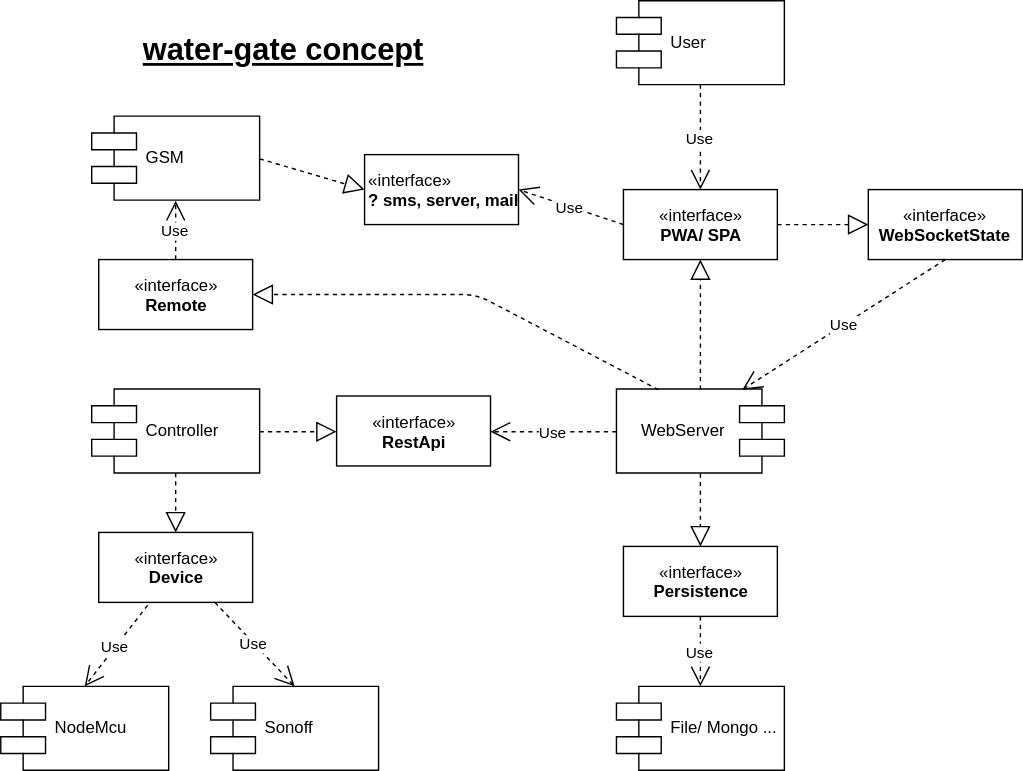
Estradiaz/water-gate keeps this draw.io diagram as concept.svg. Above is the earlier version. Source tidied: cells renumbered, new cells last; positions are measured from the earlier drawing's top-left corner, leaving out a move shared by most shapes. Its diagram source:
```xml
<mxGraphModel>
  <root>
    <mxCell id="0" />
    <mxCell id="1" parent="0" />
    <mxCell id="2" value="GSM" style="shape=component;align=left;spacingLeft=36;" parent="1" vertex="1">
      <mxGeometry x="65" y="82.5" width="120" height="60" as="geometry" />
    </mxCell>
    <mxCell id="3" value="Controller" style="shape=component;align=left;spacingLeft=36;" parent="1" vertex="1">
      <mxGeometry x="65" y="277.5" width="120" height="60" as="geometry" />
    </mxCell>
    <mxCell id="4" value="NodeMcu" style="shape=component;align=left;spacingLeft=36;" parent="1" vertex="1">
      <mxGeometry y="490" width="120" height="60" as="geometry" />
    </mxCell>
    <mxCell id="5" value="«interface»&lt;br&gt;&lt;b&gt;Device&lt;/b&gt;" style="html=1;" parent="1" vertex="1">
      <mxGeometry x="70" y="380" width="110" height="50" as="geometry" />
    </mxCell>
    <mxCell id="6" value="«interface»&lt;br&gt;&lt;b&gt;Remote&lt;/b&gt;&lt;br&gt;" style="html=1;" parent="1" vertex="1">
      <mxGeometry x="70" y="185" width="110" height="50" as="geometry" />
    </mxCell>
    <mxCell id="7" value="Sonoff" style="shape=component;align=left;spacingLeft=36;" parent="1" vertex="1">
      <mxGeometry x="150" y="490" width="120" height="60" as="geometry" />
    </mxCell>
    <mxCell id="8" value="«interface»&lt;br&gt;&lt;b&gt;RestApi&lt;/b&gt;" style="html=1;" parent="1" vertex="1">
      <mxGeometry x="240" y="282.5" width="110" height="50" as="geometry" />
    </mxCell>
    <mxCell id="9" value="WebServer" style="shape=component;align=left;spacingLeft=15;direction=west;" parent="1" vertex="1">
      <mxGeometry x="440" y="277.5" width="120" height="60" as="geometry" />
    </mxCell>
    <mxCell id="10" value="«interface»&lt;br&gt;&lt;b&gt;PWA/ SPA&lt;/b&gt;" style="html=1;" parent="1" vertex="1">
      <mxGeometry x="445" y="135" width="110" height="50" as="geometry" />
    </mxCell>
    <mxCell id="11" value="User" style="shape=component;align=left;spacingLeft=36;" parent="1" vertex="1">
      <mxGeometry x="440" width="120" height="60" as="geometry" />
    </mxCell>
    <mxCell id="12" value="«interface»&lt;br&gt;&lt;b&gt;WebSocketState&lt;/b&gt;&lt;br&gt;" style="html=1;" parent="1" vertex="1">
      <mxGeometry x="620" y="135" width="110" height="50" as="geometry" />
    </mxCell>
    <mxCell id="13" value="«interface»&lt;br&gt;&lt;b&gt;Persistence&lt;/b&gt;" style="html=1;" parent="1" vertex="1">
      <mxGeometry x="445" y="390" width="110" height="50" as="geometry" />
    </mxCell>
    <mxCell id="14" value="File/ Mongo ..." style="shape=component;align=left;spacingLeft=36;" parent="1" vertex="1">
      <mxGeometry x="440" y="490" width="120" height="60" as="geometry" />
    </mxCell>
    <mxCell id="15" style="endArrow=block;dashed=1;endFill=0;endSize=12;html=1;entryX=0.5;entryY=0;entryDx=0;entryDy=0;" parent="1" edge="1" source="3" target="5">
      <mxGeometry relative="1" as="geometry" />
    </mxCell>
    <mxCell id="16" style="endArrow=block;dashed=1;endFill=0;endSize=12;html=1;exitX=0.75;exitY=1;exitDx=0;exitDy=0;entryX=1;entryY=0.5;entryDx=0;entryDy=0;" parent="1" edge="1" source="9" target="6">
      <mxGeometry relative="1" as="geometry">
        <Array as="points">
          <mxPoint x="340" y="210" />
        </Array>
      </mxGeometry>
    </mxCell>
    <mxCell id="17" value="Use" style="endArrow=open;endSize=12;dashed=1;html=1;exitX=0.318;exitY=1.04;exitDx=0;exitDy=0;exitPerimeter=0;entryX=0.5;entryY=0;entryDx=0;entryDy=0;" parent="1" edge="1" source="5" target="4">
      <mxGeometry relative="1" as="geometry" />
    </mxCell>
    <mxCell id="18" value="Use" style="endArrow=open;endSize=12;dashed=1;html=1;exitX=0.75;exitY=1;exitDx=0;exitDy=0;entryX=0.5;entryY=0;entryDx=0;entryDy=0;" parent="1" edge="1" source="5" target="7">
      <mxGeometry relative="1" as="geometry" />
    </mxCell>
    <mxCell id="19" value="Use" style="endArrow=open;endSize=12;dashed=1;html=1;exitX=0.5;exitY=0;exitDx=0;exitDy=0;entryX=0.5;entryY=1;entryDx=0;entryDy=0;" parent="1" edge="1" source="6" target="2">
      <mxGeometry relative="1" as="geometry" />
    </mxCell>
    <mxCell id="20" style="endArrow=block;dashed=1;endFill=0;endSize=12;html=1;exitX=1;exitY=0.5;exitDx=0;exitDy=0;entryX=0;entryY=0.5;entryDx=0;entryDy=0;" parent="1" edge="1" source="3" target="8">
      <mxGeometry relative="1" as="geometry" />
    </mxCell>
    <mxCell id="21" value="Use" style="endArrow=open;endSize=12;dashed=1;html=1;exitX=1;exitY=0.5;exitDx=0;exitDy=0;entryX=1;entryY=0.5;entryDx=0;entryDy=0;" parent="1" edge="1" source="9" target="8">
      <mxGeometry relative="1" as="geometry" />
    </mxCell>
    <mxCell id="22" value="Use" style="endArrow=open;endSize=12;dashed=1;html=1;exitX=0.5;exitY=1;exitDx=0;exitDy=0;entryX=0.5;entryY=0;entryDx=0;entryDy=0;" parent="1" edge="1" source="13" target="14">
      <mxGeometry relative="1" as="geometry" />
    </mxCell>
    <mxCell id="23" style="endArrow=block;dashed=1;endFill=0;endSize=12;html=1;exitX=0.5;exitY=0;exitDx=0;exitDy=0;entryX=0.5;entryY=0;entryDx=0;entryDy=0;" parent="1" edge="1" source="9" target="13">
      <mxGeometry relative="1" as="geometry" />
    </mxCell>
    <mxCell id="24" style="endArrow=block;dashed=1;endFill=0;endSize=12;html=1;exitX=0.5;exitY=1;exitDx=0;exitDy=0;entryX=0.5;entryY=1;entryDx=0;entryDy=0;" parent="1" edge="1" source="9" target="10">
      <mxGeometry relative="1" as="geometry" />
    </mxCell>
    <mxCell id="25" value="Use" style="endArrow=open;endSize=12;dashed=1;html=1;exitX=0.5;exitY=1;exitDx=0;exitDy=0;entryX=0.5;entryY=0;entryDx=0;entryDy=0;" parent="1" edge="1" source="11" target="10">
      <mxGeometry relative="1" as="geometry" />
    </mxCell>
    <mxCell id="26" style="endArrow=block;dashed=1;endFill=0;endSize=12;html=1;exitX=1;exitY=0.5;exitDx=0;exitDy=0;entryX=0;entryY=0.5;entryDx=0;entryDy=0;" parent="1" edge="1" source="10" target="12">
      <mxGeometry relative="1" as="geometry" />
    </mxCell>
    <mxCell id="27" value="Use" style="endArrow=open;endSize=12;dashed=1;html=1;exitX=0.5;exitY=1;exitDx=0;exitDy=0;entryX=0.25;entryY=1;entryDx=0;entryDy=0;" parent="1" edge="1" source="12" target="9">
      <mxGeometry relative="1" as="geometry" />
    </mxCell>
    <mxCell id="28" value="«interface»&lt;br&gt;&lt;b&gt;? sms, server, mail&lt;/b&gt;" style="html=1;align=left;" parent="1" vertex="1">
      <mxGeometry x="260" y="110" width="110" height="50" as="geometry" />
    </mxCell>
    <mxCell id="29" style="endArrow=block;dashed=1;endFill=0;endSize=12;html=1;exitX=1;exitY=0.5;exitDx=0;exitDy=0;entryX=0;entryY=0.5;entryDx=0;entryDy=0;" parent="1" edge="1" source="2" target="28">
      <mxGeometry relative="1" as="geometry" />
    </mxCell>
    <mxCell id="30" value="Use" style="endArrow=open;endSize=12;dashed=1;html=1;exitX=0;exitY=0.5;exitDx=0;exitDy=0;entryX=1;entryY=0.5;entryDx=0;entryDy=0;" parent="1" edge="1" source="10" target="28">
      <mxGeometry relative="1" as="geometry" />
    </mxCell>
    <mxCell id="31" value="&lt;font style=&quot;font-size: 22px&quot;&gt;&lt;b&gt;&lt;u&gt;water-gate concept&lt;/u&gt;&lt;/b&gt;&lt;/font&gt;" style="text;html=1;align=left;verticalAlign=top;spacingTop=-4;" parent="1" vertex="1">
      <mxGeometry x="100" y="20" width="220" height="20" as="geometry" />
    </mxCell>
  </root>
</mxGraphModel>
```
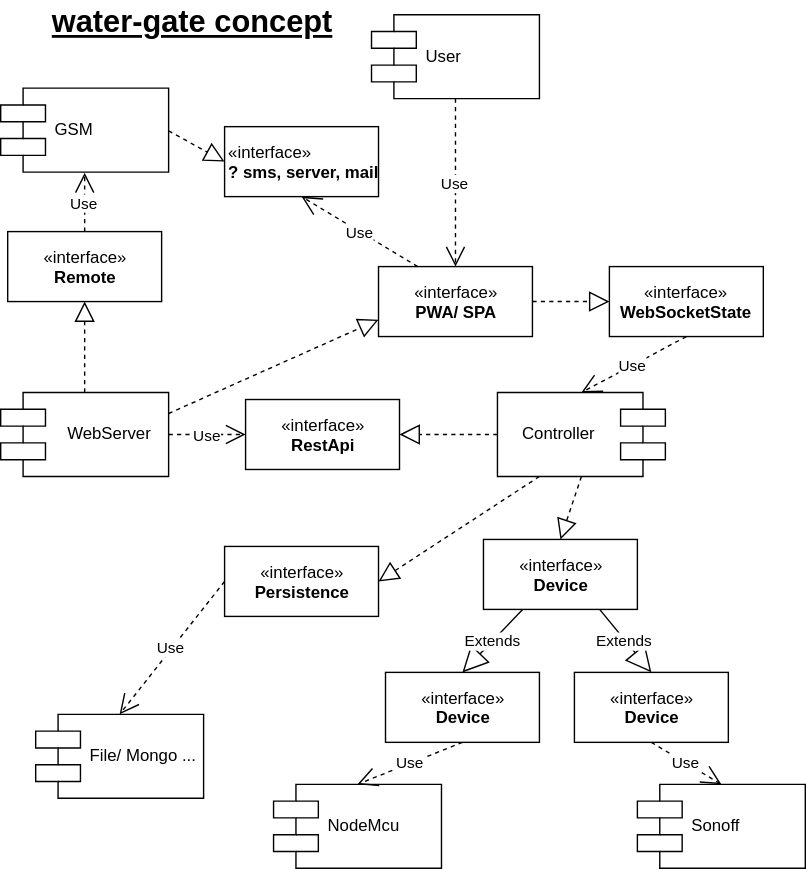
The same file after the commit.

Commit message:
doc(rework): reshapes ctrl & svr connections

Change to the diagram source:
```diff
@@ -5,74 +5,70 @@
     <mxCell id="2" value="GSM" style="shape=component;align=left;spacingLeft=36;" parent="1" vertex="1">
       <mxGeometry x="65" y="82.5" width="120" height="60" as="geometry" />
     </mxCell>
-    <mxCell id="3" value="Controller" style="shape=component;align=left;spacingLeft=36;" parent="1" vertex="1">
-      <mxGeometry x="65" y="277.5" width="120" height="60" as="geometry" />
+    <mxCell id="3" value="Controller" style="shape=component;align=left;spacingLeft=15;direction=west;" parent="1" vertex="1">
+      <mxGeometry x="420" y="300" width="120" height="60" as="geometry" />
     </mxCell>
     <mxCell id="4" value="NodeMcu" style="shape=component;align=left;spacingLeft=36;" parent="1" vertex="1">
-      <mxGeometry y="490" width="120" height="60" as="geometry" />
+      <mxGeometry x="260" y="580" width="120" height="60" as="geometry" />
     </mxCell>
     <mxCell id="5" value="«interface»&lt;br&gt;&lt;b&gt;Device&lt;/b&gt;" style="html=1;" parent="1" vertex="1">
-      <mxGeometry x="70" y="380" width="110" height="50" as="geometry" />
+      <mxGeometry x="410" y="405" width="110" height="50" as="geometry" />
     </mxCell>
     <mxCell id="6" value="«interface»&lt;br&gt;&lt;b&gt;Remote&lt;/b&gt;&lt;br&gt;" style="html=1;" parent="1" vertex="1">
       <mxGeometry x="70" y="185" width="110" height="50" as="geometry" />
     </mxCell>
     <mxCell id="7" value="Sonoff" style="shape=component;align=left;spacingLeft=36;" parent="1" vertex="1">
-      <mxGeometry x="150" y="490" width="120" height="60" as="geometry" />
+      <mxGeometry x="520" y="580" width="120" height="60" as="geometry" />
     </mxCell>
     <mxCell id="8" value="«interface»&lt;br&gt;&lt;b&gt;RestApi&lt;/b&gt;" style="html=1;" parent="1" vertex="1">
-      <mxGeometry x="240" y="282.5" width="110" height="50" as="geometry" />
+      <mxGeometry x="240" y="305" width="110" height="50" as="geometry" />
     </mxCell>
-    <mxCell id="9" value="WebServer" style="shape=component;align=left;spacingLeft=15;direction=west;" parent="1" vertex="1">
-      <mxGeometry x="440" y="277.5" width="120" height="60" as="geometry" />
+    <mxCell id="9" value="WebServer" style="shape=component;align=left;spacingLeft=45;direction=east;" parent="1" vertex="1">
+      <mxGeometry x="65" y="300" width="120" height="60" as="geometry" />
     </mxCell>
     <mxCell id="10" value="«interface»&lt;br&gt;&lt;b&gt;PWA/ SPA&lt;/b&gt;" style="html=1;" parent="1" vertex="1">
-      <mxGeometry x="445" y="135" width="110" height="50" as="geometry" />
+      <mxGeometry x="335" y="210" width="110" height="50" as="geometry" />
     </mxCell>
     <mxCell id="11" value="User" style="shape=component;align=left;spacingLeft=36;" parent="1" vertex="1">
-      <mxGeometry x="440" width="120" height="60" as="geometry" />
+      <mxGeometry x="330" y="30" width="120" height="60" as="geometry" />
     </mxCell>
     <mxCell id="12" value="«interface»&lt;br&gt;&lt;b&gt;WebSocketState&lt;/b&gt;&lt;br&gt;" style="html=1;" parent="1" vertex="1">
-      <mxGeometry x="620" y="135" width="110" height="50" as="geometry" />
+      <mxGeometry x="500" y="210" width="110" height="50" as="geometry" />
     </mxCell>
     <mxCell id="13" value="«interface»&lt;br&gt;&lt;b&gt;Persistence&lt;/b&gt;" style="html=1;" parent="1" vertex="1">
-      <mxGeometry x="445" y="390" width="110" height="50" as="geometry" />
+      <mxGeometry x="225" y="410" width="110" height="50" as="geometry" />
     </mxCell>
     <mxCell id="14" value="File/ Mongo ..." style="shape=component;align=left;spacingLeft=36;" parent="1" vertex="1">
-      <mxGeometry x="440" y="490" width="120" height="60" as="geometry" />
+      <mxGeometry x="90" y="530" width="120" height="60" as="geometry" />
     </mxCell>
-    <mxCell id="15" style="endArrow=block;dashed=1;endFill=0;endSize=12;html=1;entryX=0.5;entryY=0;entryDx=0;entryDy=0;" parent="1" edge="1" source="3" target="5">
+    <mxCell id="15" style="endArrow=block;dashed=1;endFill=0;endSize=12;html=1;entryX=0.5;entryY=0;entryDx=0;entryDy=0;exitX=0.5;exitY=0;exitDx=0;exitDy=0;" parent="1" edge="1" source="3" target="5">
       <mxGeometry relative="1" as="geometry" />
     </mxCell>
-    <mxCell id="16" style="endArrow=block;dashed=1;endFill=0;endSize=12;html=1;exitX=0.75;exitY=1;exitDx=0;exitDy=0;entryX=1;entryY=0.5;entryDx=0;entryDy=0;" parent="1" edge="1" source="9" target="6">
-      <mxGeometry relative="1" as="geometry">
-        <Array as="points">
-          <mxPoint x="340" y="210" />
-        </Array>
-      </mxGeometry>
+    <mxCell id="16" style="endArrow=block;dashed=1;endFill=0;endSize=12;html=1;exitX=0.5;exitY=0;exitDx=0;exitDy=0;entryX=0.5;entryY=1;entryDx=0;entryDy=0;" parent="1" edge="1" source="9" target="6">
+      <mxGeometry relative="1" as="geometry" />
     </mxCell>
-    <mxCell id="17" value="Use" style="endArrow=open;endSize=12;dashed=1;html=1;exitX=0.318;exitY=1.04;exitDx=0;exitDy=0;exitPerimeter=0;entryX=0.5;entryY=0;entryDx=0;entryDy=0;" parent="1" edge="1" source="5" target="4">
+    <mxCell id="17" value="Use" style="endArrow=open;endSize=12;dashed=1;html=1;entryX=0.5;entryY=0;entryDx=0;entryDy=0;exitX=0.5;exitY=1;exitDx=0;exitDy=0;" parent="1" edge="1" source="32" target="4">
       <mxGeometry relative="1" as="geometry" />
     </mxCell>
-    <mxCell id="18" value="Use" style="endArrow=open;endSize=12;dashed=1;html=1;exitX=0.75;exitY=1;exitDx=0;exitDy=0;entryX=0.5;entryY=0;entryDx=0;entryDy=0;" parent="1" edge="1" source="5" target="7">
+    <mxCell id="18" value="Use" style="endArrow=open;endSize=12;dashed=1;html=1;entryX=0.5;entryY=0;entryDx=0;entryDy=0;exitX=0.5;exitY=1;exitDx=0;exitDy=0;" parent="1" edge="1" source="33" target="7">
       <mxGeometry relative="1" as="geometry" />
     </mxCell>
     <mxCell id="19" value="Use" style="endArrow=open;endSize=12;dashed=1;html=1;exitX=0.5;exitY=0;exitDx=0;exitDy=0;entryX=0.5;entryY=1;entryDx=0;entryDy=0;" parent="1" edge="1" source="6" target="2">
       <mxGeometry relative="1" as="geometry" />
     </mxCell>
-    <mxCell id="20" style="endArrow=block;dashed=1;endFill=0;endSize=12;html=1;exitX=1;exitY=0.5;exitDx=0;exitDy=0;entryX=0;entryY=0.5;entryDx=0;entryDy=0;" parent="1" edge="1" source="3" target="8">
+    <mxCell id="20" style="endArrow=block;dashed=1;endFill=0;endSize=12;html=1;exitX=1;exitY=0.5;exitDx=0;exitDy=0;entryX=1;entryY=0.5;entryDx=0;entryDy=0;" parent="1" edge="1" source="3" target="8">
       <mxGeometry relative="1" as="geometry" />
     </mxCell>
-    <mxCell id="21" value="Use" style="endArrow=open;endSize=12;dashed=1;html=1;exitX=1;exitY=0.5;exitDx=0;exitDy=0;entryX=1;entryY=0.5;entryDx=0;entryDy=0;" parent="1" edge="1" source="9" target="8">
+    <mxCell id="21" value="Use" style="endArrow=open;endSize=12;dashed=1;html=1;exitX=1;exitY=0.5;exitDx=0;exitDy=0;entryX=0;entryY=0.5;entryDx=0;entryDy=0;" parent="1" edge="1" source="9" target="8">
       <mxGeometry relative="1" as="geometry" />
     </mxCell>
-    <mxCell id="22" value="Use" style="endArrow=open;endSize=12;dashed=1;html=1;exitX=0.5;exitY=1;exitDx=0;exitDy=0;entryX=0.5;entryY=0;entryDx=0;entryDy=0;" parent="1" edge="1" source="13" target="14">
+    <mxCell id="22" value="Use" style="endArrow=open;endSize=12;dashed=1;html=1;exitX=0;exitY=0.5;exitDx=0;exitDy=0;entryX=0.5;entryY=0;entryDx=0;entryDy=0;" parent="1" edge="1" source="13" target="14">
       <mxGeometry relative="1" as="geometry" />
     </mxCell>
-    <mxCell id="23" style="endArrow=block;dashed=1;endFill=0;endSize=12;html=1;exitX=0.5;exitY=0;exitDx=0;exitDy=0;entryX=0.5;entryY=0;entryDx=0;entryDy=0;" parent="1" edge="1" source="9" target="13">
+    <mxCell id="23" style="endArrow=block;dashed=1;endFill=0;endSize=12;html=1;exitX=0.75;exitY=0;exitDx=0;exitDy=0;entryX=1;entryY=0.5;entryDx=0;entryDy=0;" parent="1" edge="1" source="3" target="13">
       <mxGeometry relative="1" as="geometry" />
     </mxCell>
-    <mxCell id="24" style="endArrow=block;dashed=1;endFill=0;endSize=12;html=1;exitX=0.5;exitY=1;exitDx=0;exitDy=0;entryX=0.5;entryY=1;entryDx=0;entryDy=0;" parent="1" edge="1" source="9" target="10">
+    <mxCell id="24" style="endArrow=block;dashed=1;endFill=0;endSize=12;html=1;exitX=1;exitY=0.25;exitDx=0;exitDy=0;entryX=0;entryY=0.75;entryDx=0;entryDy=0;" parent="1" edge="1" source="9" target="10">
       <mxGeometry relative="1" as="geometry" />
     </mxCell>
     <mxCell id="25" value="Use" style="endArrow=open;endSize=12;dashed=1;html=1;exitX=0.5;exitY=1;exitDx=0;exitDy=0;entryX=0.5;entryY=0;entryDx=0;entryDy=0;" parent="1" edge="1" source="11" target="10">
@@ -81,20 +77,32 @@
     <mxCell id="26" style="endArrow=block;dashed=1;endFill=0;endSize=12;html=1;exitX=1;exitY=0.5;exitDx=0;exitDy=0;entryX=0;entryY=0.5;entryDx=0;entryDy=0;" parent="1" edge="1" source="10" target="12">
       <mxGeometry relative="1" as="geometry" />
     </mxCell>
-    <mxCell id="27" value="Use" style="endArrow=open;endSize=12;dashed=1;html=1;exitX=0.5;exitY=1;exitDx=0;exitDy=0;entryX=0.25;entryY=1;entryDx=0;entryDy=0;" parent="1" edge="1" source="12" target="9">
+    <mxCell id="27" value="Use" style="endArrow=open;endSize=12;dashed=1;html=1;exitX=0.5;exitY=1;exitDx=0;exitDy=0;entryX=0.5;entryY=1;entryDx=0;entryDy=0;" parent="1" edge="1" source="12" target="3">
       <mxGeometry relative="1" as="geometry" />
     </mxCell>
     <mxCell id="28" value="«interface»&lt;br&gt;&lt;b&gt;? sms, server, mail&lt;/b&gt;" style="html=1;align=left;" parent="1" vertex="1">
-      <mxGeometry x="260" y="110" width="110" height="50" as="geometry" />
+      <mxGeometry x="225" y="110" width="110" height="50" as="geometry" />
     </mxCell>
     <mxCell id="29" style="endArrow=block;dashed=1;endFill=0;endSize=12;html=1;exitX=1;exitY=0.5;exitDx=0;exitDy=0;entryX=0;entryY=0.5;entryDx=0;entryDy=0;" parent="1" edge="1" source="2" target="28">
       <mxGeometry relative="1" as="geometry" />
     </mxCell>
-    <mxCell id="30" value="Use" style="endArrow=open;endSize=12;dashed=1;html=1;exitX=0;exitY=0.5;exitDx=0;exitDy=0;entryX=1;entryY=0.5;entryDx=0;entryDy=0;" parent="1" edge="1" source="10" target="28">
+    <mxCell id="30" value="Use" style="endArrow=open;endSize=12;dashed=1;html=1;exitX=0.25;exitY=0;exitDx=0;exitDy=0;entryX=0.5;entryY=1;entryDx=0;entryDy=0;" parent="1" edge="1" source="10" target="28">
       <mxGeometry relative="1" as="geometry" />
     </mxCell>
     <mxCell id="31" value="&lt;font style=&quot;font-size: 22px&quot;&gt;&lt;b&gt;&lt;u&gt;water-gate concept&lt;/u&gt;&lt;/b&gt;&lt;/font&gt;" style="text;html=1;align=left;verticalAlign=top;spacingTop=-4;" parent="1" vertex="1">
       <mxGeometry x="100" y="20" width="220" height="20" as="geometry" />
     </mxCell>
+    <mxCell id="32" value="«interface»&lt;br&gt;&lt;b&gt;Device&lt;/b&gt;" style="html=1;" parent="1" vertex="1">
+      <mxGeometry x="340" y="500" width="110" height="50" as="geometry" />
+    </mxCell>
+    <mxCell id="33" value="«interface»&lt;br&gt;&lt;b&gt;Device&lt;/b&gt;" style="html=1;" parent="1" vertex="1">
+      <mxGeometry x="475" y="500" width="110" height="50" as="geometry" />
+    </mxCell>
+    <mxCell id="34" value="Extends" style="endArrow=block;endSize=16;endFill=0;html=1;exitX=0.75;exitY=1;exitDx=0;exitDy=0;entryX=0.5;entryY=0;entryDx=0;entryDy=0;" parent="1" edge="1" source="5" target="33">
+      <mxGeometry relative="1" as="geometry" />
+    </mxCell>
+    <mxCell id="35" value="Extends" style="endArrow=block;endSize=16;endFill=0;html=1;exitX=0.25;exitY=1;exitDx=0;exitDy=0;entryX=0.5;entryY=0;entryDx=0;entryDy=0;" parent="1" edge="1" source="5" target="32">
+      <mxGeometry relative="1" as="geometry" />
+    </mxCell>
   </root>
 </mxGraphModel>
```
